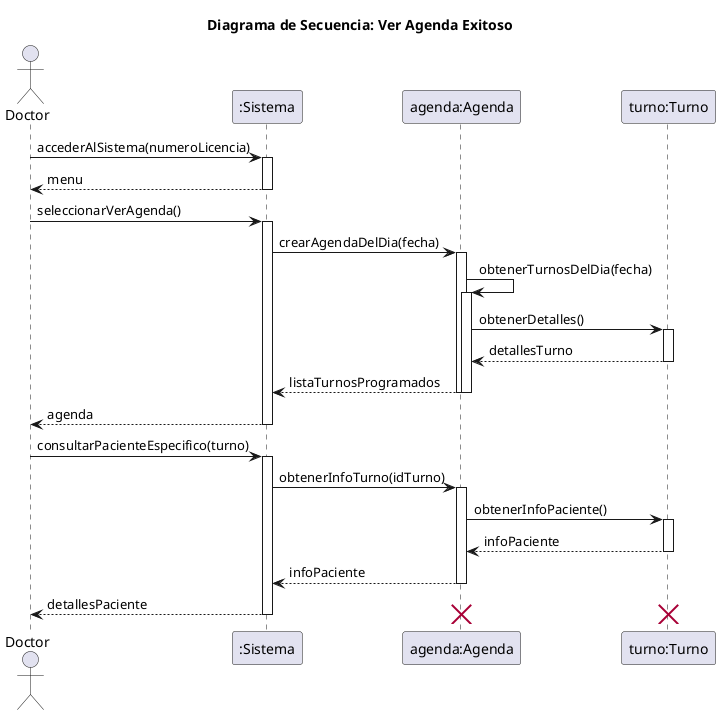
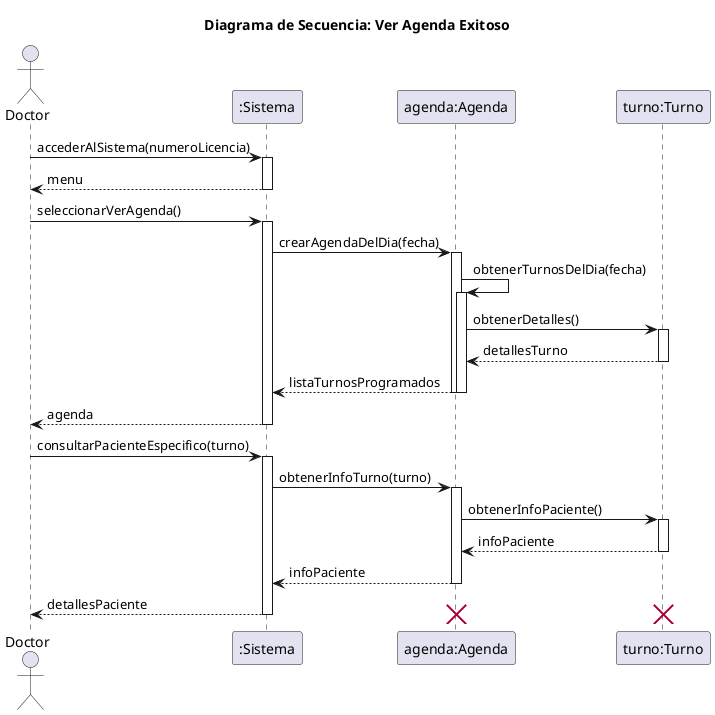
@startuml
title Diagrama de Secuencia: Ver Agenda Exitoso

actor Doctor
participant ":Sistema" as sistema
participant "agenda:Agenda" as agenda
participant "turno:Turno" as turno

Doctor -> sistema: accederAlSistema(numeroLicencia)
activate sistema
sistema --> Doctor: menu
deactivate sistema

Doctor -> sistema: seleccionarVerAgenda()
activate sistema
sistema -> agenda: crearAgendaDelDia(fecha)
activate agenda
agenda -> agenda: obtenerTurnosDelDia(fecha)
activate agenda
agenda -> turno: obtenerDetalles()
activate turno
turno --> agenda: detallesTurno
deactivate turno
agenda --> sistema: listaTurnosProgramados
deactivate agenda
deactivate agenda
sistema --> Doctor: agenda
deactivate sistema

Doctor -> sistema: consultarPacienteEspecifico(turno)
activate sistema
- sistema -> agenda: obtenerInfoTurno(idTurno)
+ sistema -> agenda: obtenerInfoTurno(turno)
activate agenda
agenda -> turno: obtenerInfoPaciente()
activate turno
turno --> agenda: infoPaciente
deactivate turno
agenda --> sistema: infoPaciente
deactivate agenda
sistema --> Doctor: detallesPaciente
deactivate sistema

destroy turno
destroy agenda
@enduml